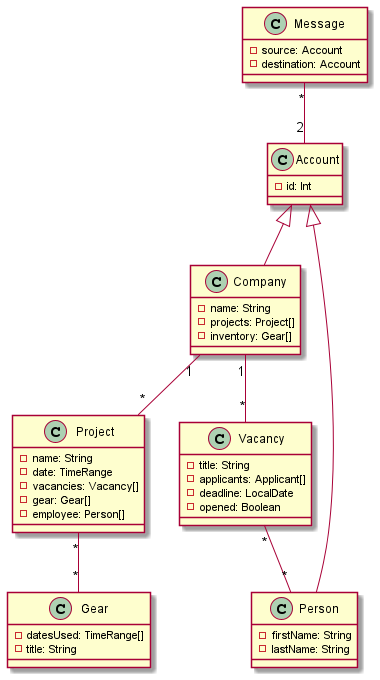
This is cld/cld.png from DirectorsView/documentation, a PlantUML export, as it was before one commit. Source of this version:
```plantuml
@startuml
class Account {
- id: Int
}
class Company {
- name: String
- projects: Project[]
- inventory: Gear[]
}

class Project {
- name: String
- date: TimeRange
- vacancies: Vacancy[]
- gear: Gear[]
- employee: Person[]
}

class Gear {
- datesUsed: TimeRange[]
- title: String
}

class Person {
- firstName: String
- lastName: String
}
class Vacancy {
- title: String
- applicants: Applicant[]
- deadline: LocalDate
- opened: Boolean
}
class Message {
- source: Account
- destination: Account
}

Account <|-- Company
Account <|-- Person
Company "1" -- "*" Project
Company "1" -- "*" Vacancy
Vacancy "*" -- "*"Person
Message "*" -- "2" Account
Project "*" -- "*" Gear

@enduml
```
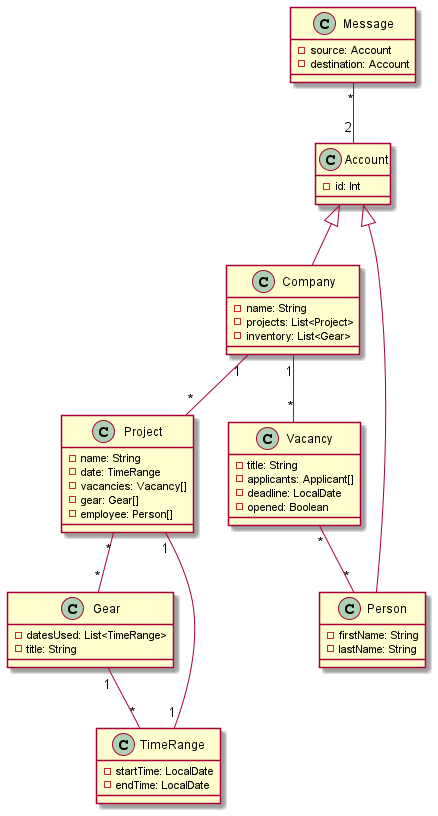
Above is the later version.

Commit message:
rework cld

Diff of the diagram source:
```diff
@@ -4,8 +4,8 @@
 }
 class Company {
 - name: String
-- projects: Project[]
-- inventory: Gear[]
+- projects: List<Project>
+- inventory: List<Gear>
 }
 
 class Project {
@@ -17,8 +17,13 @@
 }
 
 class Gear {
-- datesUsed: TimeRange[]
+- datesUsed: List<TimeRange>
 - title: String
+}
+
+class TimeRange {
+- startTime: LocalDate
+- endTime: LocalDate
 }
 
 class Person {
@@ -43,5 +48,7 @@
 Vacancy "*" -- "*"Person
 Message "*" -- "2" Account
 Project "*" -- "*" Gear
+Project "1" -- "1" TimeRange
+Gear "1" -- "*" TimeRange
 
 @enduml
```
